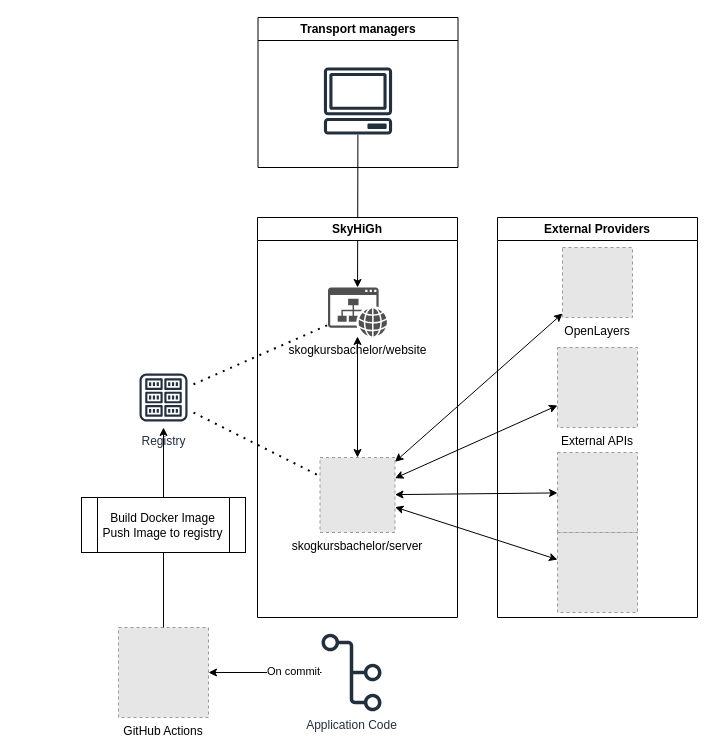
skogkursbachelor/diagrams keeps this draw.io diagram as systemdesign.drawio. Above is the earlier version. Source tidied: cells renumbered, new cells numbered last; positions are measured from the earlier drawing's top-left corner, leaving out a move shared by most shapes. Both pictures are drawn from the tidied source at 100%, with x=0, y=0 at pixel (81, 17). Pictures stored in the file or linked from it are replaced by grey dashed boxes.
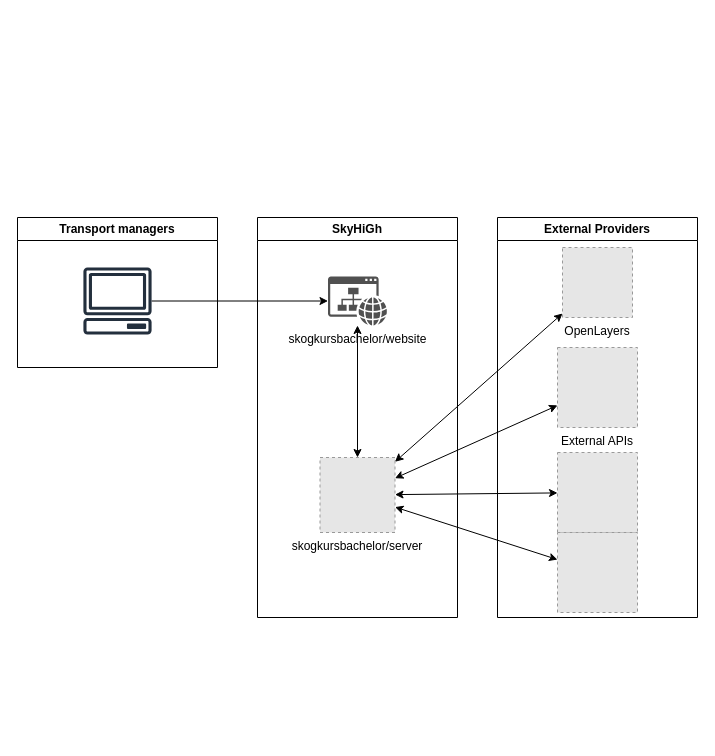
After the change.

Commit message:
unfeat: removed docker information

The change refers to these unchanged cells:
```xml
<mxCell id="4" value="SkyHiGh" style="swimlane;whiteSpace=wrap;html=1;" parent="1" vertex="1">
  <mxGeometry x="176" y="200" width="200" height="400" as="geometry" />
</mxCell>
<mxCell id="6" value="skogkursbachelor/server" style="fillColor=#E6E6E6;strokeColor=#999999;dashed=1;verticalLabelPosition=bottom;labelBackgroundColor=default;verticalAlign=top;" parent="4" vertex="1">
  <mxGeometry x="62.5" y="240" width="75" height="75" as="geometry" />
</mxCell>
```

The edit, as a diff of the source:
```diff
@@
-    <mxCell id="3" value="Application Code" style="sketch=0;outlineConnect=0;fontColor=#232F3E;gradientColor=none;fillColor=#232F3D;strokeColor=none;dashed=0;verticalLabelPosition=bottom;verticalAlign=top;align=center;html=1;fontSize=12;fontStyle=0;shape=mxgraph.aws4.git_repository;" parent="1" vertex="1">
-      <mxGeometry x="240" y="616" width="60" height="78" as="geometry" />
-    </mxCell>
@@
     <mxCell id="5" value="&lt;span style=&quot;background-color: rgb(255, 255, 255);&quot;&gt;skogkursbachelor/website&lt;/span&gt;" style="sketch=0;shadow=0;dashed=0;html=1;strokeColor=none;fillColor=#505050;labelPosition=center;verticalLabelPosition=bottom;verticalAlign=top;outlineConnect=0;align=center;shape=mxgraph.office.concepts.website;" parent="4" vertex="1">
-      <mxGeometry x="70.5" y="70" width="59" height="49" as="geometry" />
+      <mxGeometry x="70.5" y="59" width="59" height="49" as="geometry" />
     </mxCell>
@@
-    <mxCell id="8" value="GitHub Actions" style="fillColor=#E6E6E6;strokeColor=#999999;dashed=1;verticalLabelPosition=bottom;labelBackgroundColor=default;verticalAlign=top;" parent="1" vertex="1">
-      <mxGeometry x="37" y="610" width="90" height="90" as="geometry" />
-    </mxCell>
     <mxCell id="9" value="Transport managers" style="swimlane;whiteSpace=wrap;html=1;" parent="1" vertex="1">
-      <mxGeometry x="176.5" width="200" height="150" as="geometry" />
+      <mxGeometry x="-64" y="200" width="200" height="150" as="geometry" />
     </mxCell>
@@
-    <mxCell id="11" style="endArrow=classic;html=1;rounded=0;" parent="1" edge="1" source="3" target="8">
-      <mxGeometry relative="1" as="geometry" />
-    </mxCell>
-    <mxCell id="12" value="On commit" style="edgeLabel;html=1;align=center;verticalAlign=middle;" parent="11" vertex="1">
-      <mxGeometry x="-0.48" y="-2" relative="1" as="geometry" />
-    </mxCell>
@@
-    <mxCell id="20" style="edgeStyle=orthogonalEdgeStyle;rounded=0;jettySize=auto;html=1;" parent="1" edge="1" source="21" target="22">
-      <mxGeometry relative="1" as="geometry" />
-    </mxCell>
-    <mxCell id="21" value="Build Docker Image&lt;div&gt;Push Image to registry&lt;/div&gt;" style="shape=process;whiteSpace=wrap;html=1;backgroundOutline=1;" parent="1" vertex="1">
-      <mxGeometry y="480" width="164" height="55" as="geometry" />
-    </mxCell>
-    <mxCell id="22" value="Registry" style="sketch=0;outlineConnect=0;fontColor=#232F3E;gradientColor=none;strokeColor=#232F3E;fillColor=#ffffff;dashed=0;verticalLabelPosition=bottom;verticalAlign=top;align=center;html=1;fontSize=12;fontStyle=0;shape=mxgraph.aws4.resourceIcon;resIcon=mxgraph.aws4.registry;" parent="1" vertex="1">
-      <mxGeometry x="52" y="350" width="60" height="60" as="geometry" />
-    </mxCell>
-    <mxCell id="23" style="endArrow=none;html=1;rounded=0;" parent="1" edge="1" source="8" target="21">
-      <mxGeometry relative="1" as="geometry" />
-    </mxCell>
@@
-    <mxCell id="26" style="endArrow=none;dashed=1;html=1;dashPattern=1 3;strokeWidth=2;rounded=0;" parent="1" edge="1" source="22" target="5">
-      <mxGeometry relative="1" as="geometry" />
-    </mxCell>
-    <mxCell id="27" style="endArrow=none;dashed=1;html=1;dashPattern=1 3;strokeWidth=2;rounded=0;" parent="1" edge="1" source="22" target="6">
-      <mxGeometry relative="1" as="geometry" />
-    </mxCell>
```
